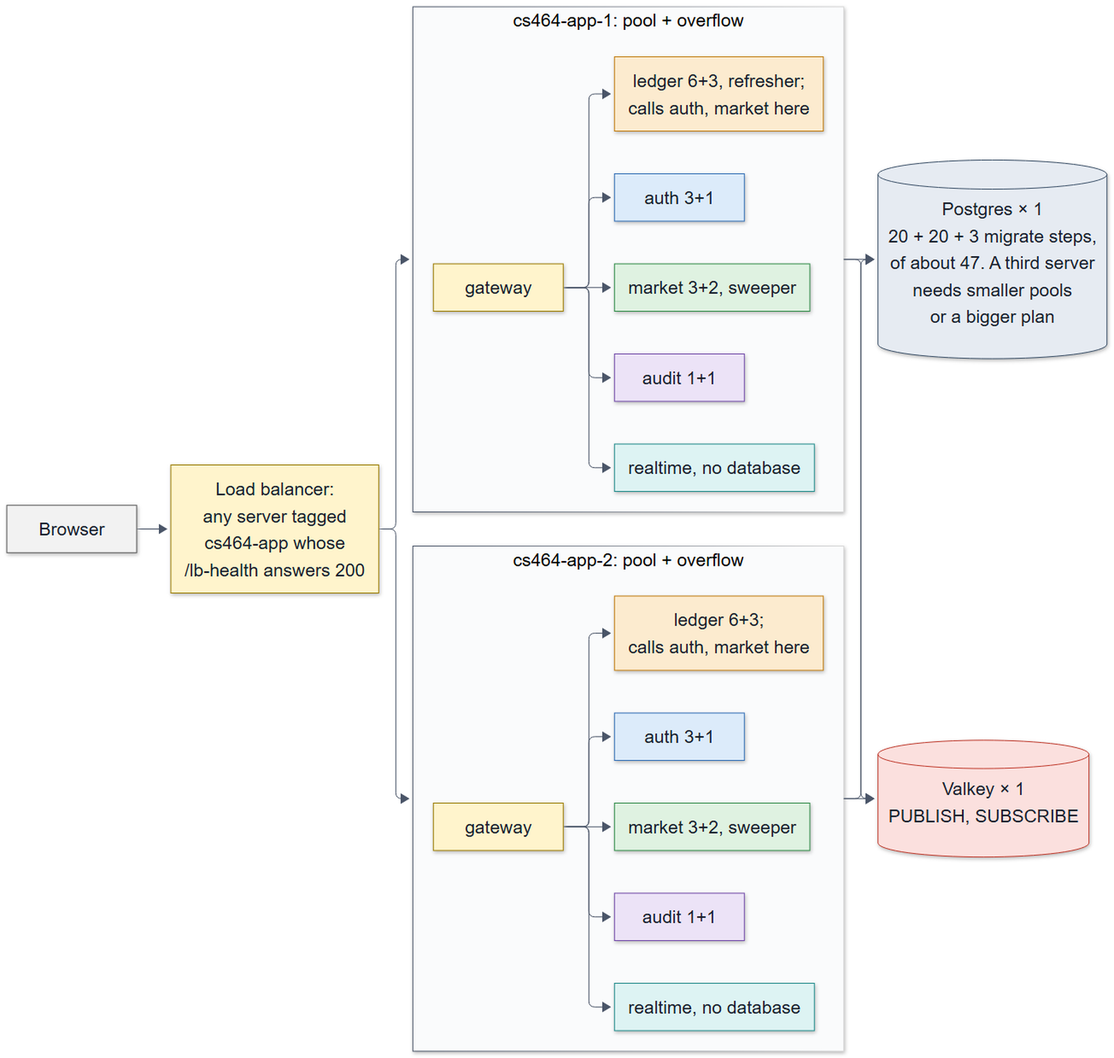
This is docs/diagrams/rendered/10-horizontal-scaling.png from decker757/CS464, a Mermaid export, as it was before one commit. Its source is kept beside it as docs/diagrams/10-horizontal-scaling.mmd.
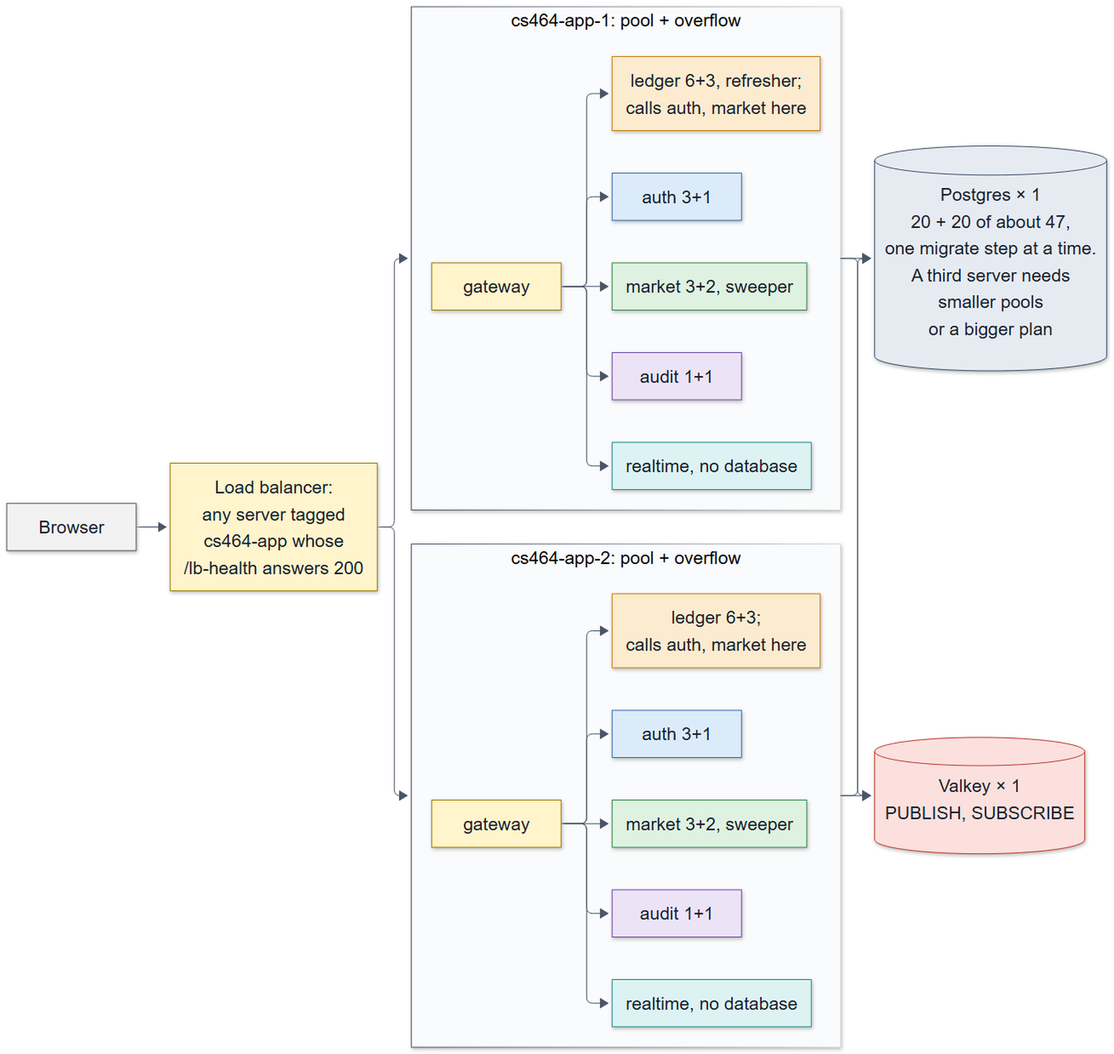
Above is the later version.

Commit message:
fix(docs): figures 02, 03 and 10 say where the role passwords go, what a health check proves, and that the migrate steps take turns

Diff of the diagram source:
```diff
@@ -31,7 +31,7 @@
         gw1 --> r1
     end
 
-    db[("Postgres × 1<br/>20 + 20 + 3 migrate steps,<br/>of about 47. A third server<br/>needs smaller pools<br/>or a bigger plan")]
+    db[("Postgres × 1<br/>20 + 20 of about 47,<br/>one migrate step at a time.<br/>A third server needs<br/>smaller pools<br/>or a bigger plan")]
     bus[("Valkey × 1<br/>PUBLISH, SUBSCRIBE")]
 
     client --> lb
```
